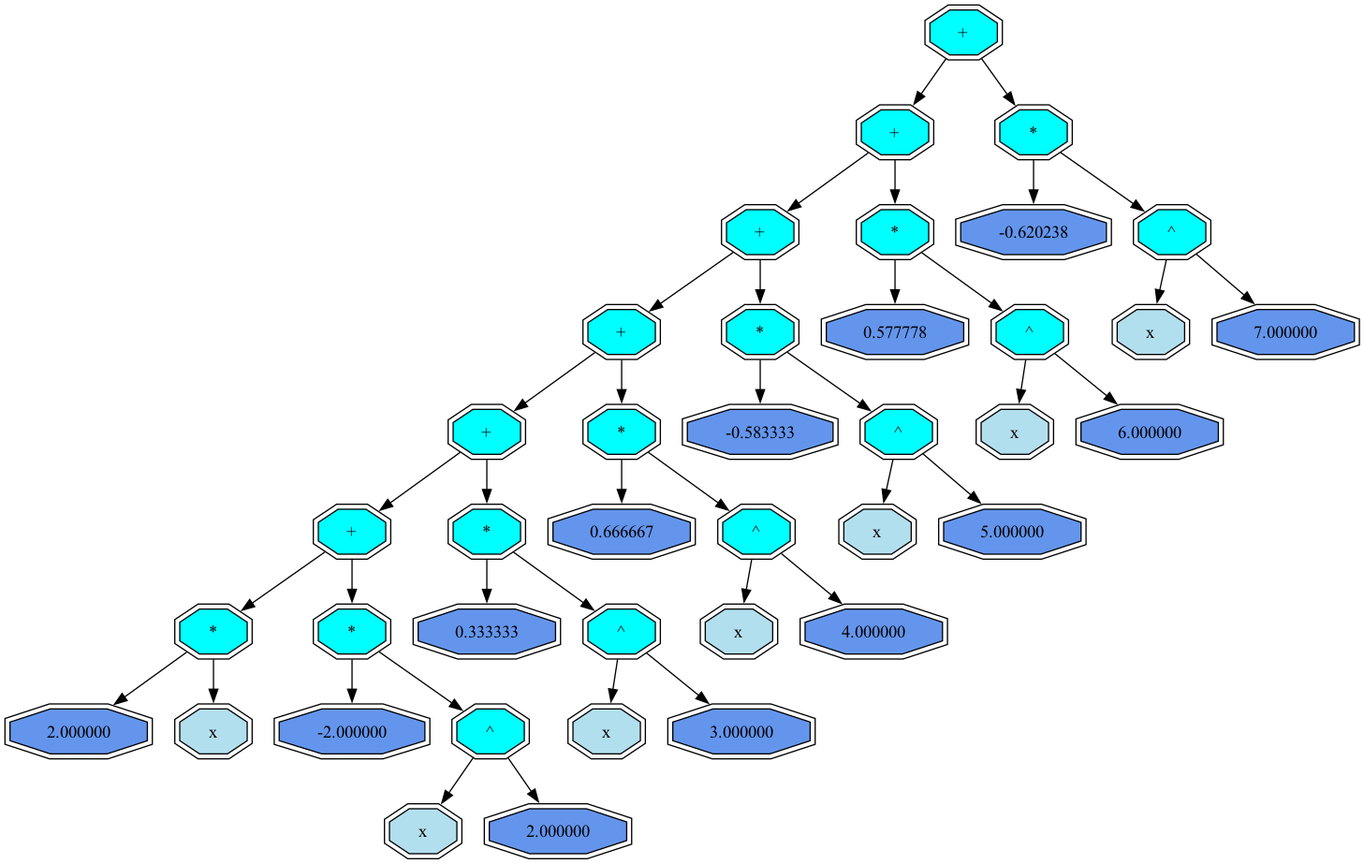
Above: calculated.png in Pave2005/differential (Graphviz), before the change. Its source is kept beside it as calculated.dot.
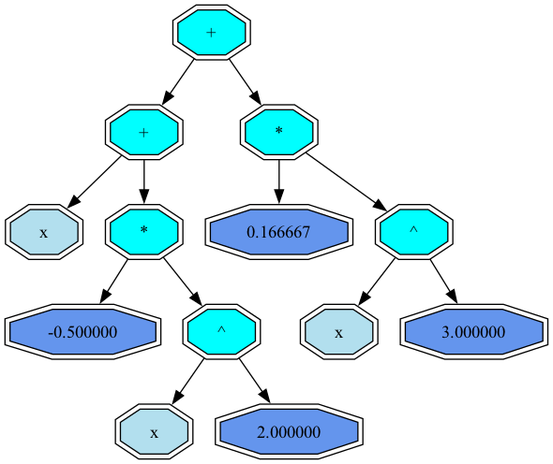
Later version of the same file.

The edit, as a diff of the source:
```diff
@@ -1,80 +1,28 @@
 digraph G {
 node [shape = record];
- 12754701200  12754701200 [shape = doubleoctagon, style = filled, fillcolor = aqua  label = " + "];
-12754701200 -> 12175517640
- 12754701200 -> 12754701100
- 12175517640 [shape = doubleoctagon, style = filled, fillcolor = aqua  label = " + "];
-12175517640 -> 12175517700
- 12175517640 -> 12175540440
- 12175517700 [shape = doubleoctagon, style = filled, fillcolor = aqua  label = " + "];
-12175517700 -> 12175517740
- 12175517700 -> 12175521700
- 12175517740 [shape = doubleoctagon, style = filled, fillcolor = aqua  label = " + "];
-12175517740 -> 12175520000
- 12175517740 -> 12175521340
- 12175520000 [shape = doubleoctagon, style = filled, fillcolor = aqua  label = " + "];
-12175520000 -> 12175520040
- 12175520000 -> 12175521000
- 12175520040 [shape = doubleoctagon, style = filled, fillcolor = aqua  label = " + "];
-12175520040 -> 12175520100
- 12175520040 -> 12175520440
- 12175520100 [shape = doubleoctagon, style = filled, fillcolor = aqua  label = " * "];
-12175520100 -> 12175520140
- 12175520100 -> 12175520300
- 12175520140 [shape = doubleoctagon, style = filled, fillcolor = cornflowerblue  label = " 2.000000 "];
- 12175520300 [shape = doubleoctagon, style = filled, fillcolor = lightblue2  label = " x "];
- 12175520440 [shape = doubleoctagon, style = filled, fillcolor = aqua  label = " * "];
-12175520440 -> 12175520500
- 12175520440 -> 12175520640
- 12175520500 [shape = doubleoctagon, style = filled, fillcolor = cornflowerblue  label = " -2.000000 "];
- 12175520640 [shape = doubleoctagon, style = filled, fillcolor = aqua  label = " ^ "];
-12175520640 -> 12175520700
- 12175520640 -> 12175520740
- 12175520700 [shape = doubleoctagon, style = filled, fillcolor = lightblue2  label = " x "];
- 12175520740 [shape = doubleoctagon, style = filled, fillcolor = cornflowerblue  label = " 2.000000 "];
- 12175521000 [shape = doubleoctagon, style = filled, fillcolor = aqua  label = " * "];
-12175521000 -> 12175521040
- 12175521000 -> 12175521200
- 12175521040 [shape = doubleoctagon, style = filled, fillcolor = cornflowerblue  label = " 0.333333 "];
- 12175521200 [shape = doubleoctagon, style = filled, fillcolor = aqua  label = " ^ "];
-12175521200 -> 12175521240
- 12175521200 -> 12175521300
- 12175521240 [shape = doubleoctagon, style = filled, fillcolor = lightblue2  label = " x "];
- 12175521300 [shape = doubleoctagon, style = filled, fillcolor = cornflowerblue  label = " 3.000000 "];
- 12175521340 [shape = doubleoctagon, style = filled, fillcolor = aqua  label = " * "];
-12175521340 -> 12175521400
- 12175521340 -> 12175521540
- 12175521400 [shape = doubleoctagon, style = filled, fillcolor = cornflowerblue  label = " 0.666667 "];
- 12175521540 [shape = doubleoctagon, style = filled, fillcolor = aqua  label = " ^ "];
-12175521540 -> 12175521600
- 12175521540 -> 12175521640
- 12175521600 [shape = doubleoctagon, style = filled, fillcolor = lightblue2  label = " x "];
- 12175521640 [shape = doubleoctagon, style = filled, fillcolor = cornflowerblue  label = " 4.000000 "];
- 12175521700 [shape = doubleoctagon, style = filled, fillcolor = aqua  label = " * "];
-12175521700 -> 12175521740
- 12175521700 -> 12175540300
- 12175521740 [shape = doubleoctagon, style = filled, fillcolor = cornflowerblue  label = " -0.583333 "];
- 12175540300 [shape = doubleoctagon, style = filled, fillcolor = aqua  label = " ^ "];
-12175540300 -> 12175540340
- 12175540300 -> 12175540400
- 12175540340 [shape = doubleoctagon, style = filled, fillcolor = lightblue2  label = " x "];
- 12175540400 [shape = doubleoctagon, style = filled, fillcolor = cornflowerblue  label = " 5.000000 "];
- 12175540440 [shape = doubleoctagon, style = filled, fillcolor = aqua  label = " * "];
-12175540440 -> 12175540500
- 12175540440 -> 12175540640
- 12175540500 [shape = doubleoctagon, style = filled, fillcolor = cornflowerblue  label = " 0.577778 "];
- 12175540640 [shape = doubleoctagon, style = filled, fillcolor = aqua  label = " ^ "];
-12175540640 -> 12175540700
- 12175540640 -> 12175540740
- 12175540700 [shape = doubleoctagon, style = filled, fillcolor = lightblue2  label = " x "];
- 12175540740 [shape = doubleoctagon, style = filled, fillcolor = cornflowerblue  label = " 6.000000 "];
- 12754701100 [shape = doubleoctagon, style = filled, fillcolor = aqua  label = " * "];
-12754701100 -> 12754700700
- 12754701100 -> 12754701040
- 12754700700 [shape = doubleoctagon, style = filled, fillcolor = cornflowerblue  label = " -0.620238 "];
- 12754701040 [shape = doubleoctagon, style = filled, fillcolor = aqua  label = " ^ "];
-12754701040 -> 12754700740
- 12754701040 -> 12754701000
- 12754700740 [shape = doubleoctagon, style = filled, fillcolor = lightblue2  label = " x "];
- 12754701000 [shape = doubleoctagon, style = filled, fillcolor = cornflowerblue  label = " 7.000000 "];
+ 11330067520  11330067520 [shape = doubleoctagon, style = filled, fillcolor = aqua  label = " + "];
+11330067520 -> 11330062360
+ 11330067520 -> 11330067420
+ 11330062360 [shape = doubleoctagon, style = filled, fillcolor = aqua  label = " + "];
+11330062360 -> 11330062420
+ 11330062360 -> 11330065760
+ 11330062420 [shape = doubleoctagon, style = filled, fillcolor = lightblue2  label = " x "];
+ 11330065760 [shape = doubleoctagon, style = filled, fillcolor = aqua  label = " * "];
+11330065760 -> 11330066020
+ 11330065760 -> 11330066160
+ 11330066020 [shape = doubleoctagon, style = filled, fillcolor = cornflowerblue  label = " -0.500000 "];
+ 11330066160 [shape = doubleoctagon, style = filled, fillcolor = aqua  label = " ^ "];
+11330066160 -> 11330066220
+ 11330066160 -> 11330066260
+ 11330066220 [shape = doubleoctagon, style = filled, fillcolor = lightblue2  label = " x "];
+ 11330066260 [shape = doubleoctagon, style = filled, fillcolor = cornflowerblue  label = " 2.000000 "];
+ 11330067420 [shape = doubleoctagon, style = filled, fillcolor = aqua  label = " * "];
+11330067420 -> 11330066360
+ 11330067420 -> 11330066520
+ 11330066360 [shape = doubleoctagon, style = filled, fillcolor = cornflowerblue  label = " 0.166667 "];
+ 11330066520 [shape = doubleoctagon, style = filled, fillcolor = aqua  label = " ^ "];
+11330066520 -> 11330066420
+ 11330066520 -> 11330066460
+ 11330066420 [shape = doubleoctagon, style = filled, fillcolor = lightblue2  label = " x "];
+ 11330066460 [shape = doubleoctagon, style = filled, fillcolor = cornflowerblue  label = " 3.000000 "];
 }
```
